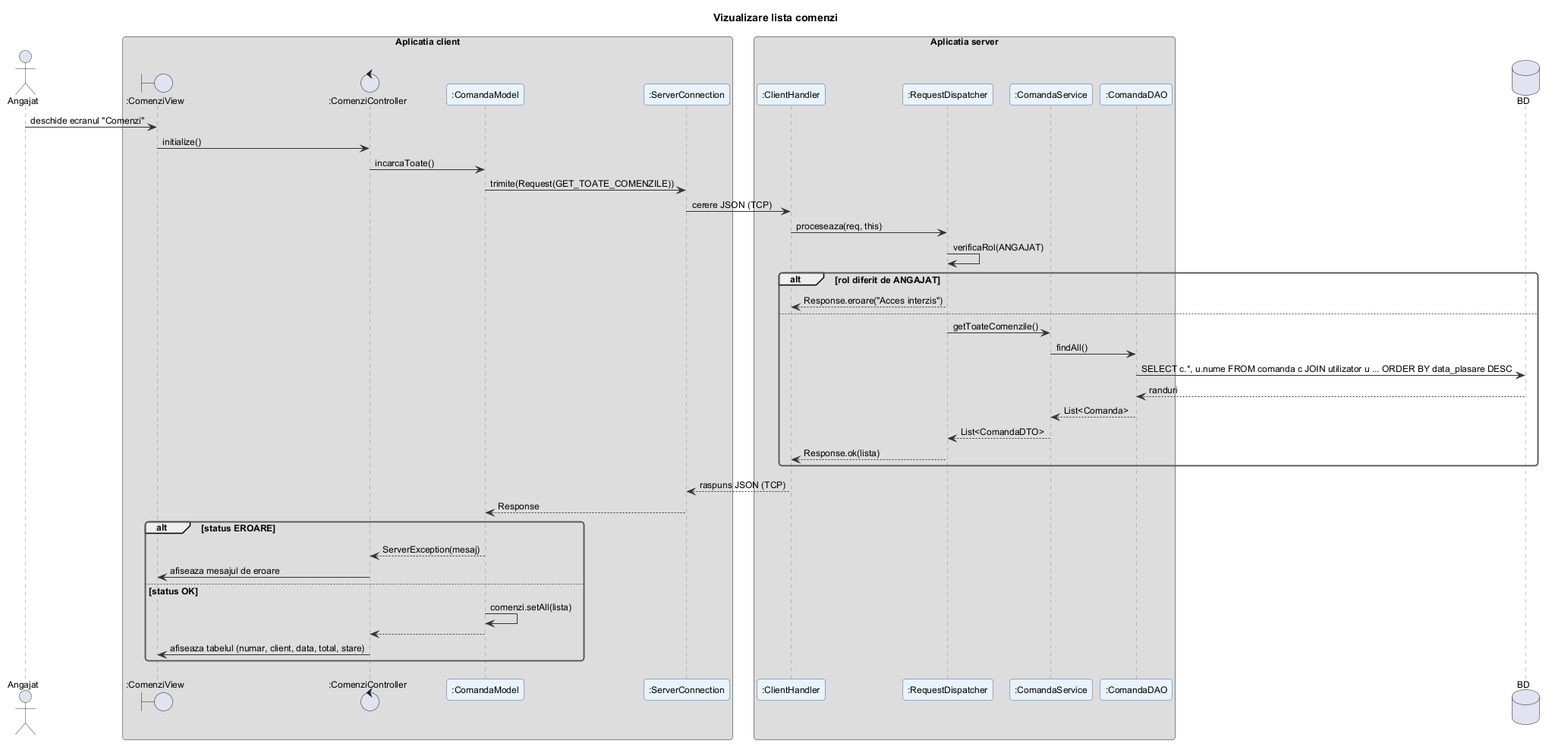
This is docs/diagrame/6_secventa/vizualizare_lista_comenzi.png from filip-eanu/ProiectIS, a PlantUML export, as it was before one commit. Source of this version:
```plantuml
@startuml vizualizare_lista_comenzi
!include ../_stil.iuml
title Vizualizare lista comenzi

actor Angajat
box "Aplicatia client"
boundary ":ComenziView" as V
control ":ComenziController" as C
participant ":ComandaModel" as M
participant ":ServerConnection" as SC
end box
box "Aplicatia server"
participant ":ClientHandler" as CH
participant ":RequestDispatcher" as RD
participant ":ComandaService" as S
participant ":ComandaDAO" as D
end box
database "BD" as DB

Angajat -> V : deschide ecranul "Comenzi"
V -> C : initialize()
C -> M : incarcaToate()
M -> SC : trimite(Request(GET_TOATE_COMENZILE))
SC -> CH : cerere JSON (TCP)
CH -> RD : proceseaza(req, this)
RD -> RD : verificaRol(ANGAJAT)
alt rol diferit de ANGAJAT
  RD --> CH : Response.eroare("Acces interzis")
else
  RD -> S : getToateComenzile()
  S -> D : findAll()
  D -> DB : SELECT c.*, u.nume FROM comanda c JOIN utilizator u ... ORDER BY data_plasare DESC
  DB --> D : randuri
  D --> S : List<Comanda>
  S --> RD : List<ComandaDTO>
  RD --> CH : Response.ok(lista)
end
CH --> SC : raspuns JSON (TCP)
SC --> M : Response
alt status EROARE
  M --> C : ServerException(mesaj)
  C -> V : afiseaza mesajul de eroare
else status OK
  M -> M : comenzi.setAll(lista)
  M --> C
  C -> V : afiseaza tabelul (numar, client, data, total, stare)
end
@enduml
```
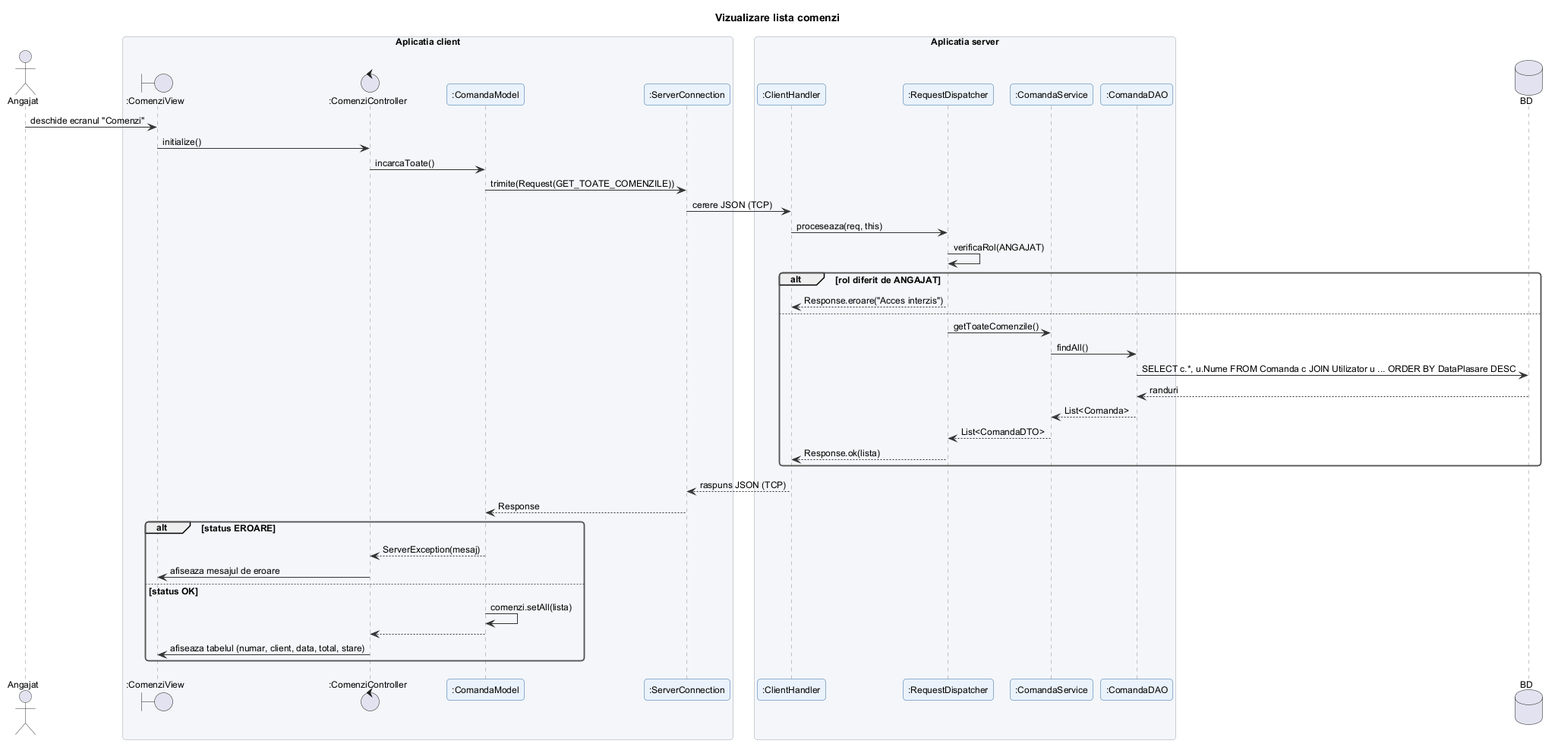
Later version of the same file.

What changed in the source:
```diff
@@ -29,7 +29,7 @@
 else
   RD -> S : getToateComenzile()
   S -> D : findAll()
-  D -> DB : SELECT c.*, u.nume FROM comanda c JOIN utilizator u ... ORDER BY data_plasare DESC
+  D -> DB : SELECT c.*, u.Nume FROM Comanda c JOIN Utilizator u ... ORDER BY DataPlasare DESC
   DB --> D : randuri
   D --> S : List<Comanda>
   S --> RD : List<ComandaDTO>
```
